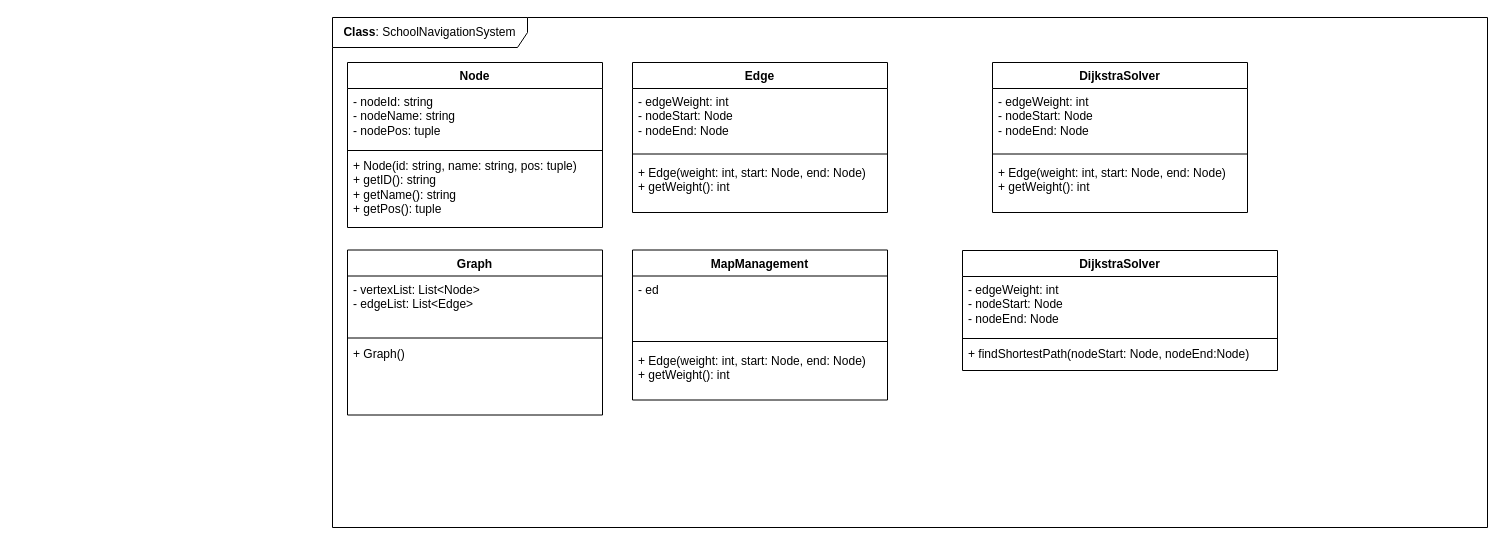
Earlier version of the draw.io diagram page "CL-Class_Diagram" (1 of 2) of diagram/diagram.drawio (lamquydo/MI3060_baitapnhom22_Dijkstra). Source tidied: cells renumbered, new cells numbered last; positions are measured from the earlier drawing's top-left corner, leaving out a move shared by most shapes. Both pictures are drawn from the tidied source at 100%, with x=0, y=0 at pixel (332, 17).
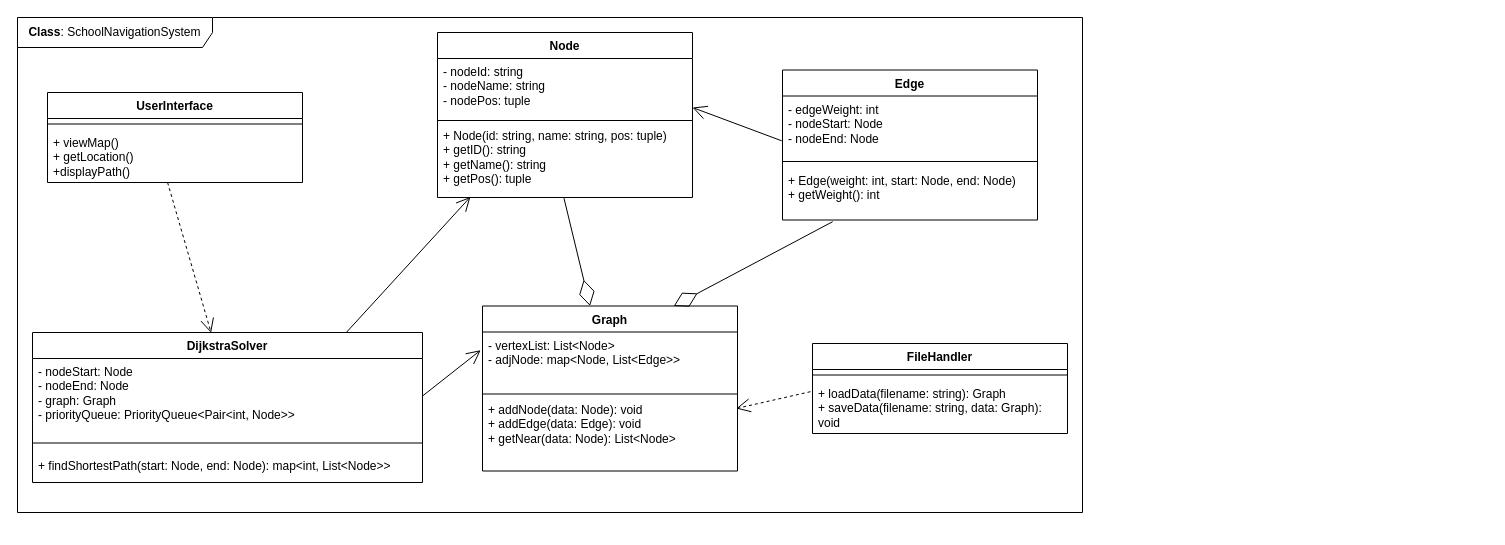
The same page after the edit.

Commit message (it also covers changes not shown here):
update class diagram

Unchanged cells that the change refers to:
```xml
<mxCell id="4" value="- nodeId: string&lt;div&gt;- nodeName: string&lt;/div&gt;&lt;div&gt;&lt;div&gt;- nodePos: tuple&lt;/div&gt;&lt;/div&gt;" style="text;strokeColor=none;fillColor=none;align=left;verticalAlign=top;spacingLeft=4;spacingRight=4;overflow=hidden;points=[[0,0.5],[1,0.5]];portConstraint=eastwest;whiteSpace=wrap;html=1;" parent="3" vertex="1">
  <mxGeometry y="26" width="255" height="60" as="geometry" />
</mxCell>
<mxCell id="6" value="&lt;div&gt;+ Node(id: string, name: string, pos: tuple)&lt;/div&gt;&lt;div&gt;+ getID(): string&lt;/div&gt;+ getName(): string&lt;div&gt;+ getPos(): tuple&lt;/div&gt;" style="text;strokeColor=none;fillColor=none;align=left;verticalAlign=top;spacingLeft=4;spacingRight=4;overflow=hidden;points=[[0,0.5],[1,0.5]];portConstraint=eastwest;whiteSpace=wrap;html=1;" parent="3" vertex="1">
  <mxGeometry y="90" width="255" height="75" as="geometry" />
</mxCell>
<mxCell id="8" value="- edgeWeight: int&amp;nbsp;&lt;div&gt;- nodeStart: Node&lt;/div&gt;&lt;div&gt;- nodeEnd: Node&lt;/div&gt;" style="text;strokeColor=none;fillColor=none;align=left;verticalAlign=top;spacingLeft=4;spacingRight=4;overflow=hidden;points=[[0,0.5],[1,0.5]];portConstraint=eastwest;whiteSpace=wrap;html=1;" parent="7" vertex="1">
  <mxGeometry y="26" width="255" height="60" as="geometry" />
</mxCell>
<mxCell id="10" value="&lt;div&gt;+ Edge(weight: int, start: Node, end: Node)&lt;/div&gt;&lt;div&gt;+ getWeight(): int&lt;/div&gt;" style="text;strokeColor=none;fillColor=none;align=left;verticalAlign=top;spacingLeft=4;spacingRight=4;overflow=hidden;points=[[0,0.5],[1,0.5]];portConstraint=eastwest;whiteSpace=wrap;html=1;" parent="7" vertex="1">
  <mxGeometry y="97" width="255" height="53" as="geometry" />
</mxCell>
```

What changed in the source:
```diff
@@
     <mxCell id="2" value="&lt;b&gt;Class&lt;/b&gt;: SchoolNavigationSystem" style="shape=umlFrame;whiteSpace=wrap;html=1;width=195;height=30;" parent="1" vertex="1">
-      <mxGeometry width="1155" height="510" as="geometry" />
+      <mxGeometry x="-315" width="1065" height="495" as="geometry" />
     </mxCell>
     <mxCell id="3" value="Node" style="swimlane;fontStyle=1;align=center;verticalAlign=top;horizontal=1;startSize=26;whiteSpace=wrap;html=1;" parent="1" vertex="1">
-      <mxGeometry x="15" y="45" width="255" height="165" as="geometry" />
+      <mxGeometry x="105" y="15" width="255" height="165" as="geometry" />
     </mxCell>
@@
     <mxCell id="7" value="Edge" style="swimlane;fontStyle=1;align=center;verticalAlign=top;horizontal=1;startSize=26;whiteSpace=wrap;html=1;" parent="1" vertex="1">
-      <mxGeometry x="300" y="45" width="255" height="150" as="geometry" />
+      <mxGeometry x="450" y="52.5" width="255" height="150" as="geometry" />
     </mxCell>
@@
     <mxCell id="11" value="Graph" style="swimlane;fontStyle=1;align=center;verticalAlign=top;horizontal=1;startSize=26;whiteSpace=wrap;html=1;" parent="1" vertex="1">
-      <mxGeometry x="15" y="232.5" width="255" height="165" as="geometry" />
+      <mxGeometry x="150" y="288.5" width="255" height="165" as="geometry" />
     </mxCell>
-    <mxCell id="12" value="- vertexList: List&amp;lt;Node&amp;gt;&lt;div&gt;- edgeList: List&amp;lt;Edge&amp;gt;&lt;/div&gt;" style="text;strokeColor=none;fillColor=none;align=left;verticalAlign=top;spacingLeft=4;spacingRight=4;overflow=hidden;points=[[0,0.5],[1,0.5]];portConstraint=eastwest;whiteSpace=wrap;html=1;" parent="11" vertex="1">
+    <mxCell id="12" value="- vertexList: List&amp;lt;Node&amp;gt;&lt;div&gt;- adjNode: map&amp;lt;Node, List&amp;lt;Edge&amp;gt;&amp;gt;&lt;/div&gt;" style="text;strokeColor=none;fillColor=none;align=left;verticalAlign=top;spacingLeft=4;spacingRight=4;overflow=hidden;points=[[0,0.5],[1,0.5]];portConstraint=eastwest;whiteSpace=wrap;html=1;" parent="11" vertex="1">
       <mxGeometry y="26" width="255" height="60" as="geometry" />
     </mxCell>
@@
-    <mxCell id="14" value="+ Graph()" style="text;strokeColor=none;fillColor=none;align=left;verticalAlign=top;spacingLeft=4;spacingRight=4;overflow=hidden;points=[[0,0.5],[1,0.5]];portConstraint=eastwest;whiteSpace=wrap;html=1;" parent="11" vertex="1">
+    <mxCell id="14" value="+ addNode(data: Node): void&lt;div&gt;+ addEdge(data: Edge): void&lt;/div&gt;&lt;div&gt;&lt;span style=&quot;background-color: transparent; color: light-dark(rgb(0, 0, 0), rgb(255, 255, 255));&quot;&gt;+ getNear(data: Node): List&amp;lt;Node&amp;gt;&amp;nbsp;&lt;/span&gt;&lt;/div&gt;" style="text;strokeColor=none;fillColor=none;align=left;verticalAlign=top;spacingLeft=4;spacingRight=4;overflow=hidden;points=[[0,0.5],[1,0.5]];portConstraint=eastwest;whiteSpace=wrap;html=1;" parent="11" vertex="1">
       <mxGeometry y="90" width="255" height="75" as="geometry" />
     </mxCell>
     <mxCell id="15" value="DijkstraSolver" style="swimlane;fontStyle=1;align=center;verticalAlign=top;horizontal=1;startSize=26;whiteSpace=wrap;html=1;" parent="1" vertex="1">
-      <mxGeometry x="660" y="45" width="255" height="150" as="geometry" />
+      <mxGeometry x="-300" y="315" width="390" height="150" as="geometry" />
     </mxCell>
-    <mxCell id="16" value="- edgeWeight: int&amp;nbsp;&lt;div&gt;- nodeStart: Node&lt;/div&gt;&lt;div&gt;- nodeEnd: Node&lt;/div&gt;" style="text;strokeColor=none;fillColor=none;align=left;verticalAlign=top;spacingLeft=4;spacingRight=4;overflow=hidden;points=[[0,0.5],[1,0.5]];portConstraint=eastwest;whiteSpace=wrap;html=1;" parent="15" vertex="1">
-      <mxGeometry y="26" width="255" height="60" as="geometry" />
+    <mxCell id="16" value="&lt;div&gt;- nodeStart: Node&lt;/div&gt;&lt;div&gt;- nodeEnd: Node&lt;/div&gt;&lt;div&gt;- graph: Graph&lt;/div&gt;&lt;div&gt;- priorityQueue: PriorityQueue&amp;lt;Pair&amp;lt;int, Node&amp;gt;&amp;gt;&lt;/div&gt;" style="text;strokeColor=none;fillColor=none;align=left;verticalAlign=top;spacingLeft=4;spacingRight=4;overflow=hidden;points=[[0,0.5],[1,0.5]];portConstraint=eastwest;whiteSpace=wrap;html=1;" parent="15" vertex="1">
+      <mxGeometry y="26" width="390" height="75" as="geometry" />
     </mxCell>
     <mxCell id="17" style="line;strokeWidth=1;fillColor=none;align=left;verticalAlign=middle;spacingTop=-1;spacingLeft=3;spacingRight=3;labelPosition=right;strokeColor=inherit;" parent="15" vertex="1">
-      <mxGeometry y="86" width="255" height="11" as="geometry" />
+      <mxGeometry y="101" width="390" height="19" as="geometry" />
     </mxCell>
-    <mxCell id="18" value="&lt;div&gt;+ Edge(weight: int, start: Node, end: Node)&lt;/div&gt;&lt;div&gt;+ getWeight(): int&lt;/div&gt;" style="text;strokeColor=none;fillColor=none;align=left;verticalAlign=top;spacingLeft=4;spacingRight=4;overflow=hidden;whiteSpace=wrap;html=1;" parent="15" vertex="1">
-      <mxGeometry y="97" width="255" height="53" as="geometry" />
+    <mxCell id="18" value="+ findShortestPath(start: Node, end: Node): map&amp;lt;int, List&amp;lt;Node&amp;gt;&amp;gt;" style="text;strokeColor=none;fillColor=none;align=left;verticalAlign=top;spacingLeft=4;spacingRight=4;overflow=hidden;whiteSpace=wrap;html=1;" parent="15" vertex="1">
+      <mxGeometry y="120" width="390" height="30" as="geometry" />
     </mxCell>
-    <mxCell id="19" value="MapManagement" style="swimlane;fontStyle=1;align=center;verticalAlign=top;horizontal=1;startSize=26;whiteSpace=wrap;html=1;" parent="1" vertex="1">
-      <mxGeometry x="300" y="232.5" width="255" height="150" as="geometry" />
-    </mxCell>
-    <mxCell id="20" value="- ed" style="text;strokeColor=none;fillColor=none;align=left;verticalAlign=top;spacingLeft=4;spacingRight=4;overflow=hidden;whiteSpace=wrap;html=1;" parent="19" vertex="1">
-      <mxGeometry y="26" width="255" height="60" as="geometry" />
-    </mxCell>
-    <mxCell id="21" style="line;strokeWidth=1;fillColor=none;align=left;verticalAlign=middle;spacingTop=-1;spacingLeft=3;spacingRight=3;labelPosition=right;strokeColor=inherit;" parent="19" vertex="1">
-      <mxGeometry y="86" width="255" height="11" as="geometry" />
-    </mxCell>
-    <mxCell id="22" value="&lt;div&gt;+ Edge(weight: int, start: Node, end: Node)&lt;/div&gt;&lt;div&gt;+ getWeight(): int&lt;/div&gt;" style="text;strokeColor=none;fillColor=none;align=left;verticalAlign=top;spacingLeft=4;spacingRight=4;overflow=hidden;whiteSpace=wrap;html=1;" parent="19" vertex="1">
-      <mxGeometry y="97" width="255" height="53" as="geometry" />
-    </mxCell>
-    <mxCell id="23" value="DijkstraSolver" style="swimlane;fontStyle=1;align=center;verticalAlign=top;horizontal=1;startSize=26;whiteSpace=wrap;html=1;" parent="1" vertex="1">
-      <mxGeometry x="630" y="233" width="315" height="120" as="geometry" />
-    </mxCell>
-    <mxCell id="24" value="- edgeWeight: int&amp;nbsp;&lt;div&gt;- nodeStart: Node&lt;/div&gt;&lt;div&gt;- nodeEnd: Node&lt;/div&gt;" style="text;strokeColor=none;fillColor=none;align=left;verticalAlign=top;spacingLeft=4;spacingRight=4;overflow=hidden;whiteSpace=wrap;html=1;" parent="23" vertex="1">
-      <mxGeometry y="26" width="315" height="60" as="geometry" />
-    </mxCell>
-    <mxCell id="25" style="line;strokeWidth=1;fillColor=none;align=left;verticalAlign=middle;spacingTop=-1;spacingLeft=3;spacingRight=3;labelPosition=right;strokeColor=inherit;" parent="23" vertex="1">
-      <mxGeometry y="86" width="315" height="4" as="geometry" />
-    </mxCell>
-    <mxCell id="26" value="+ findShortestPath(nodeStart: Node, nodeEnd:Node)&lt;div&gt;&amp;nbsp;&lt;/div&gt;" style="text;strokeColor=none;fillColor=none;align=left;verticalAlign=top;spacingLeft=4;spacingRight=4;overflow=hidden;whiteSpace=wrap;html=1;" parent="23" vertex="1">
-      <mxGeometry y="90" width="315" height="30" as="geometry" />
-    </mxCell>
+    <mxCell id="27" style="endArrow=diamondThin;endFill=0;endSize=24;html=1;rounded=0;exitX=0.496;exitY=1.009;exitDx=0;exitDy=0;exitPerimeter=0;" parent="1" edge="1" source="6" target="11">
+      <mxGeometry relative="1" as="geometry" />
+    </mxCell>
+    <mxCell id="28" style="endArrow=diamondThin;endFill=0;endSize=24;html=1;rounded=0;exitX=0.197;exitY=1.031;exitDx=0;exitDy=0;exitPerimeter=0;entryX=0.75;entryY=0;entryDx=0;entryDy=0;" parent="1" edge="1" source="10" target="11">
+      <mxGeometry relative="1" as="geometry" />
+    </mxCell>
+    <mxCell id="29" style="endArrow=open;endSize=12;html=1;rounded=0;entryX=-0.007;entryY=0.303;entryDx=0;entryDy=0;entryPerimeter=0;exitX=1;exitY=0.5;exitDx=0;exitDy=0;endFill=0;" parent="1" edge="1" source="16" target="12">
+      <mxGeometry relative="1" as="geometry" />
+    </mxCell>
+    <mxCell id="30" value="UserInterface" style="swimlane;fontStyle=1;align=center;verticalAlign=top;horizontal=1;startSize=26;whiteSpace=wrap;html=1;" parent="1" vertex="1">
+      <mxGeometry x="-285" y="75" width="255" height="90" as="geometry" />
+    </mxCell>
+    <mxCell id="31" style="line;strokeWidth=1;fillColor=none;align=left;verticalAlign=middle;spacingTop=-1;spacingLeft=3;spacingRight=3;labelPosition=right;strokeColor=inherit;" parent="30" vertex="1">
+      <mxGeometry y="26" width="255" height="11" as="geometry" />
+    </mxCell>
+    <mxCell id="32" value="+ viewMap()&lt;div&gt;+ getLocation()&lt;/div&gt;&lt;div&gt;+displayPath()&lt;/div&gt;" style="text;strokeColor=none;fillColor=none;align=left;verticalAlign=top;spacingLeft=4;spacingRight=4;overflow=hidden;points=[[0,0.5],[1,0.5]];portConstraint=eastwest;whiteSpace=wrap;html=1;" parent="30" vertex="1">
+      <mxGeometry y="37" width="255" height="53" as="geometry" />
+    </mxCell>
+    <mxCell id="33" style="endArrow=open;dashed=1;endFill=0;endSize=12;html=1;rounded=0;exitX=0.471;exitY=1;exitDx=0;exitDy=0;exitPerimeter=0;entryX=0.458;entryY=0.002;entryDx=0;entryDy=0;entryPerimeter=0;" parent="1" edge="1" source="32" target="15">
+      <mxGeometry relative="1" as="geometry" />
+    </mxCell>
+    <mxCell id="34" style="endArrow=open;endSize=12;html=1;rounded=0;entryX=1;entryY=0.817;entryDx=0;entryDy=0;entryPerimeter=0;exitX=-0.003;exitY=0.747;exitDx=0;exitDy=0;exitPerimeter=0;endFill=0;startArrow=none;startFill=0;" parent="1" edge="1" source="8" target="4">
+      <mxGeometry x="0.14" y="2" relative="1" as="geometry" />
+    </mxCell>
+    <mxCell id="35" value="FileHandler" style="swimlane;fontStyle=1;align=center;verticalAlign=top;horizontal=1;startSize=26;whiteSpace=wrap;html=1;" parent="1" vertex="1">
+      <mxGeometry x="480" y="326" width="255" height="90" as="geometry" />
+    </mxCell>
+    <mxCell id="36" style="line;strokeWidth=1;fillColor=none;align=left;verticalAlign=middle;spacingTop=-1;spacingLeft=3;spacingRight=3;labelPosition=right;strokeColor=inherit;" parent="35" vertex="1">
+      <mxGeometry y="26" width="255" height="11" as="geometry" />
+    </mxCell>
+    <mxCell id="37" value="+ loadData(filename: string): Graph&lt;div&gt;+ saveData(filename: string, data: Graph): void&lt;/div&gt;" style="text;strokeColor=none;fillColor=none;align=left;verticalAlign=top;spacingLeft=4;spacingRight=4;overflow=hidden;points=[[0,0.5],[1,0.5]];portConstraint=eastwest;whiteSpace=wrap;html=1;" parent="35" vertex="1">
+      <mxGeometry y="37" width="255" height="53" as="geometry" />
+    </mxCell>
+    <mxCell id="38" style="endArrow=open;dashed=1;endFill=0;endSize=12;html=1;rounded=0;exitX=-0.008;exitY=0.211;exitDx=0;exitDy=0;exitPerimeter=0;entryX=0.995;entryY=0.167;entryDx=0;entryDy=0;entryPerimeter=0;" parent="1" edge="1" source="37" target="14">
+      <mxGeometry relative="1" as="geometry" />
+    </mxCell>
+    <mxCell id="39" style="endArrow=open;endSize=12;html=1;rounded=0;entryX=0.129;entryY=0.993;entryDx=0;entryDy=0;entryPerimeter=0;exitX=0.805;exitY=-0.001;exitDx=0;exitDy=0;endFill=0;exitPerimeter=0;" parent="1" edge="1" source="15" target="6">
+      <mxGeometry relative="1" as="geometry" />
+    </mxCell>
```
